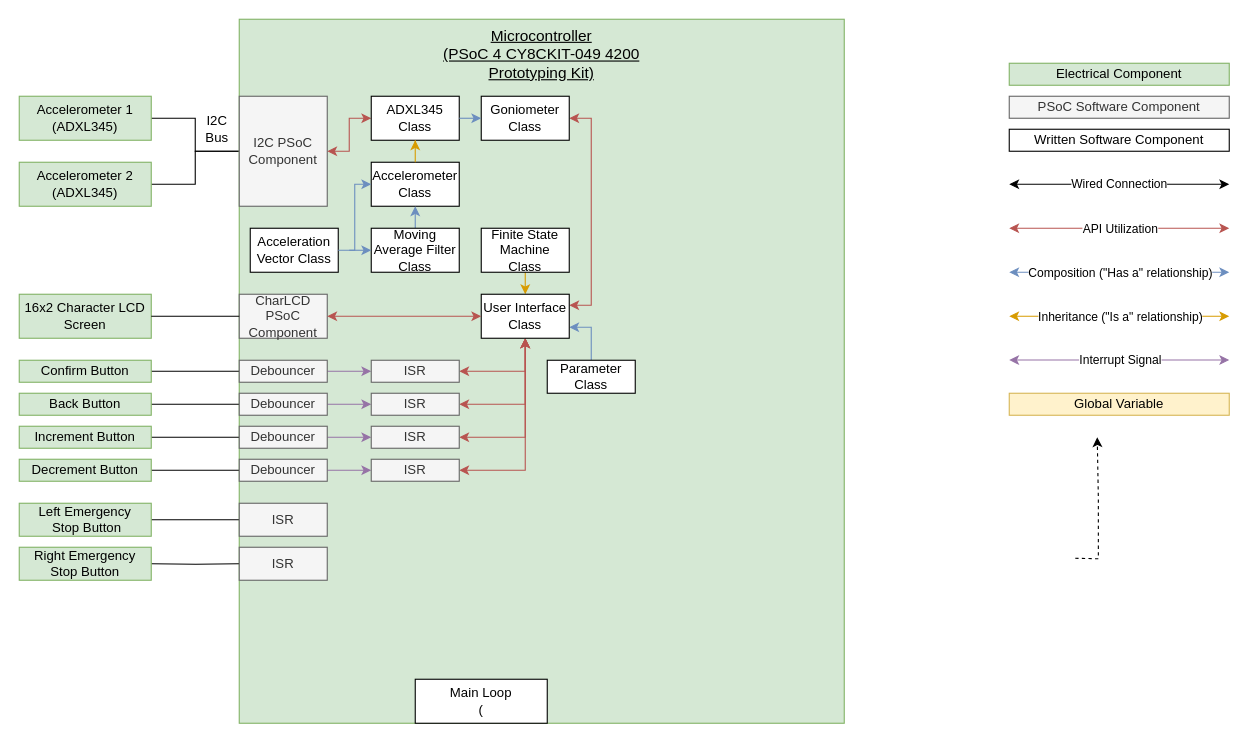
austinpischer/SeatPM keeps this draw.io diagram as Documentation_Files/blockdiagram.drawio. Above is the earlier version. Source tidied: cells renumbered, new cells numbered last; positions are measured from the earlier drawing's top-left corner, leaving out a move shared by most shapes. Both pictures are drawn from the tidied source at 110%, with x=0, y=0 at pixel (19, 19).
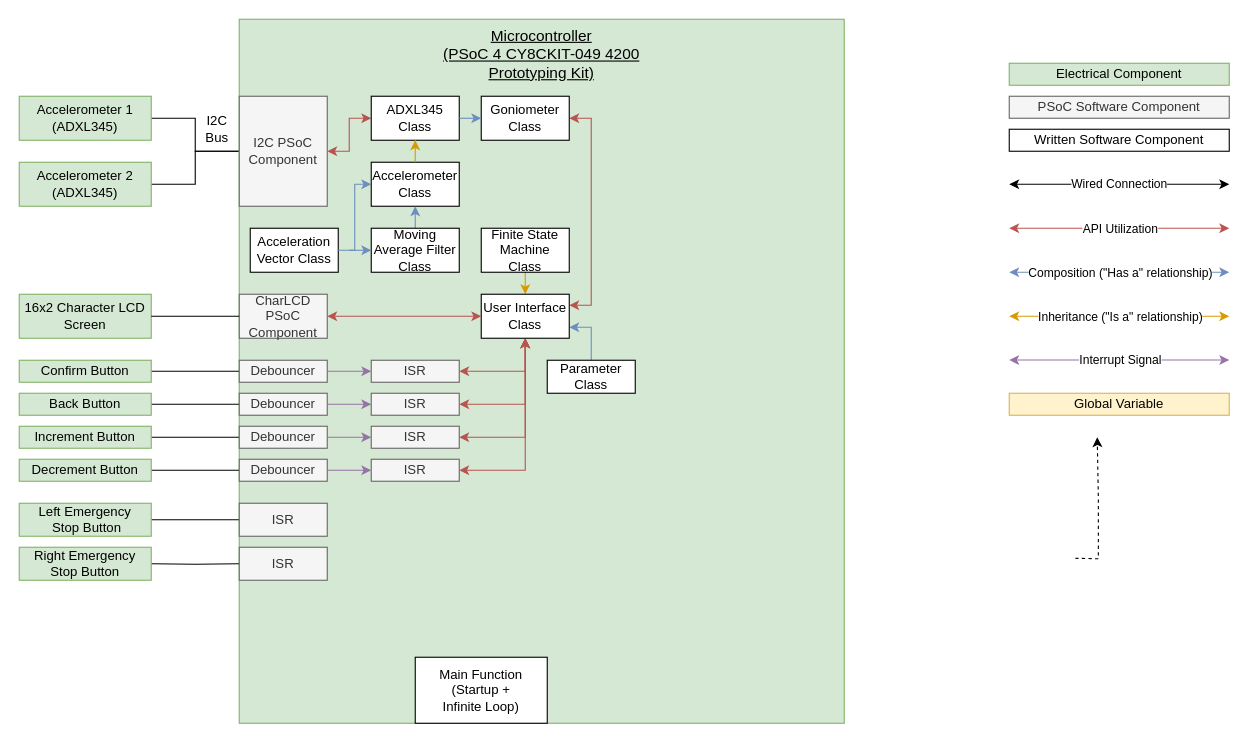
The same page after the edit.

What changed in the source:
```diff
@@
-    <mxCell id="31" value="Main Loop&lt;br&gt;(" style="rounded=0;whiteSpace=wrap;html=1;" parent="1" vertex="1">
-      <mxGeometry x="360" y="600" width="120" height="40" as="geometry" />
+    <mxCell id="31" value="Main Function&lt;br&gt;(Startup + &lt;br&gt;Infinite Loop)" style="rounded=0;whiteSpace=wrap;html=1;" parent="1" vertex="1">
+      <mxGeometry x="360" y="580" width="120" height="60" as="geometry" />
     </mxCell>
```
